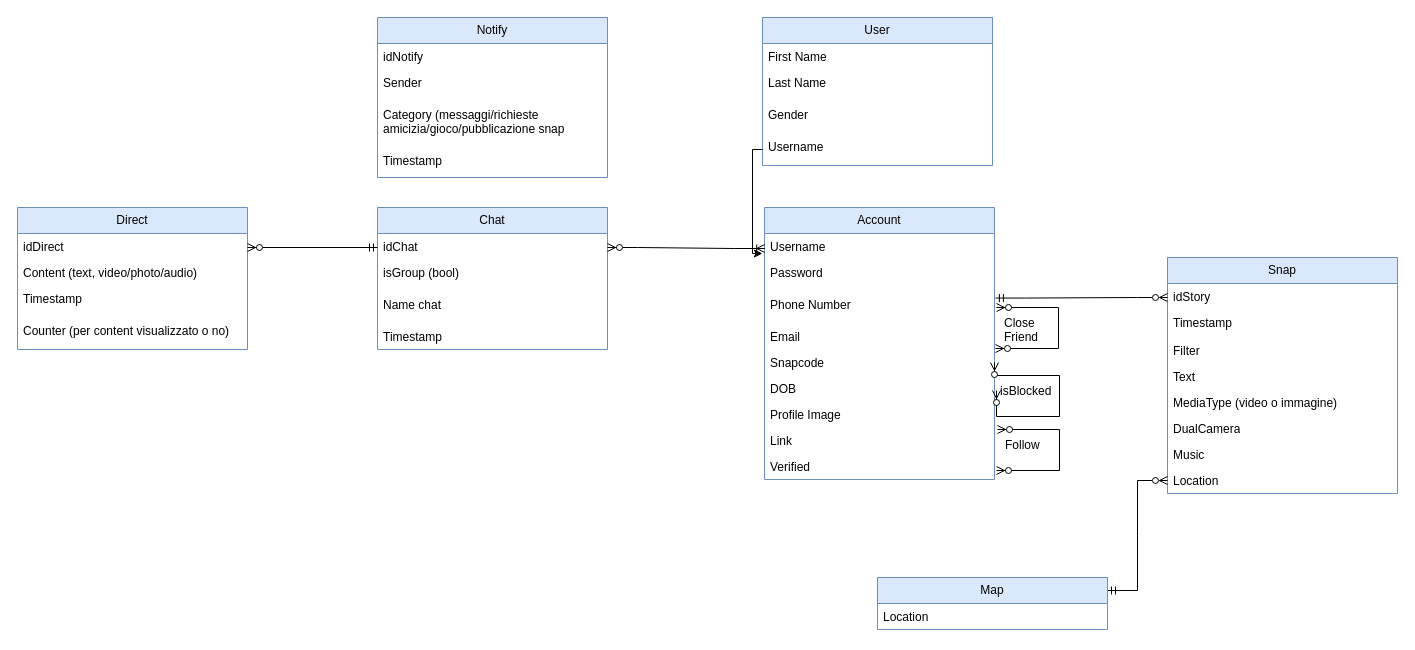
Above: schema_concettuaale.drawio in Antonet99/noSQL-Snapchat (draw.io), before the change. Source tidied: cells renumbered, new cells numbered last; positions are measured from the earlier drawing's top-left corner, leaving out a move shared by most shapes. Both pictures are drawn from the tidied source at 100%, with x=0, y=0 at pixel (17, 17).
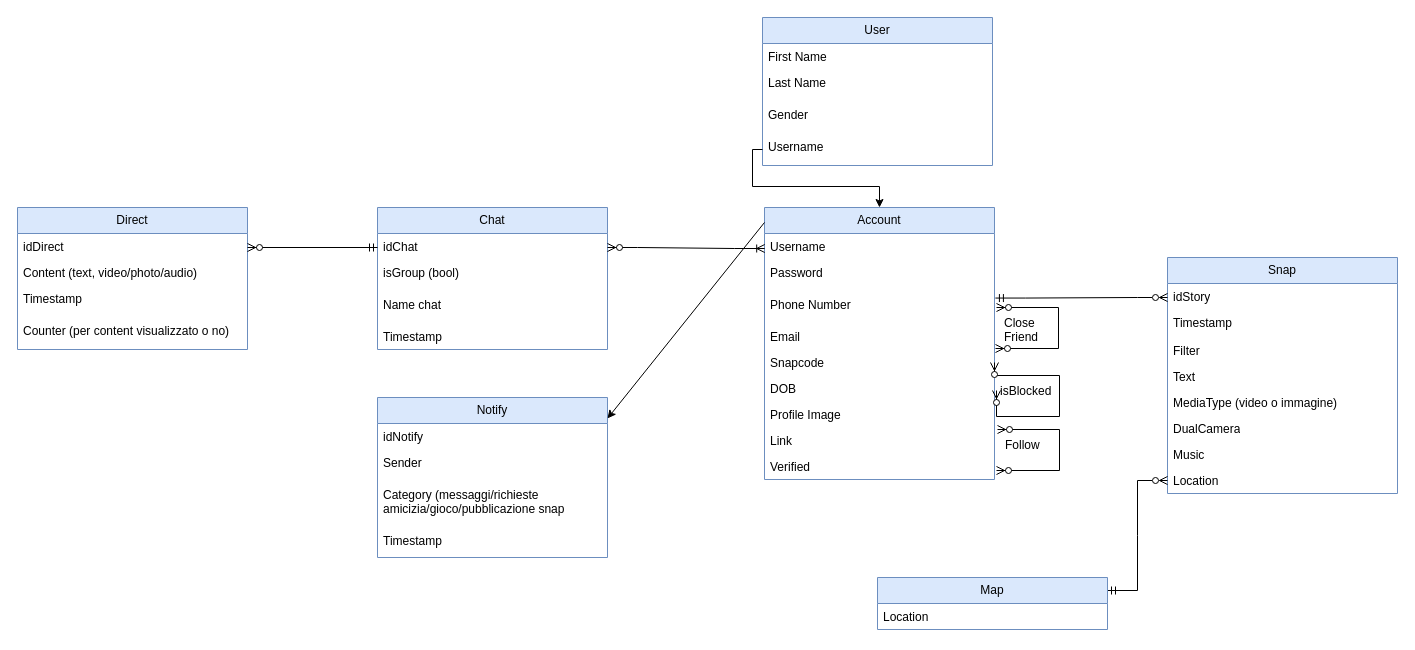
The same diagram, later.

The change refers to these unchanged cells:
```xml
<mxCell id="12" value="Account" style="swimlane;fontStyle=0;horizontal=1;startSize=26;fillColor=#dae8fc;whiteSpace=wrap;html=1;strokeColor=#6c8ebf;" parent="1" vertex="1">
  <mxGeometry x="747" y="190" width="230" height="272" as="geometry" />
</mxCell>
<mxCell id="13" value="Username" style="text;strokeColor=none;fillColor=none;align=left;verticalAlign=top;spacingLeft=4;spacingRight=4;overflow=hidden;points=[[0,0.5],[1,0.5]];portConstraint=eastwest;whiteSpace=wrap;html=1;" parent="12" vertex="1">
  <mxGeometry y="26" width="230" height="26" as="geometry" />
</mxCell>
<mxCell id="52" value="Username" style="text;strokeColor=none;fillColor=none;align=left;verticalAlign=top;spacingLeft=4;spacingRight=4;overflow=hidden;points=[[0,0.5],[1,0.5]];portConstraint=eastwest;whiteSpace=wrap;html=1;" parent="48" vertex="1">
  <mxGeometry y="116" width="230" height="32" as="geometry" />
</mxCell>
```

Change to the diagram source:
```diff
@@
     <mxCell id="32" value="Notify" style="swimlane;fontStyle=0;horizontal=1;startSize=26;fillColor=#dae8fc;whiteSpace=wrap;html=1;strokeColor=#6c8ebf;" parent="1" vertex="1">
-      <mxGeometry x="360" width="230" height="160" as="geometry" />
+      <mxGeometry x="360" y="380" width="230" height="160" as="geometry" />
     </mxCell>
@@
-    <mxCell id="53" style="endArrow=classic;html=1;rounded=0;exitX=0;exitY=0.5;exitDx=0;exitDy=0;edgeStyle=orthogonalEdgeStyle;entryX=-0.009;entryY=0.769;entryDx=0;entryDy=0;entryPerimeter=0;" parent="1" edge="1" source="52" target="13">
+    <mxCell id="53" style="endArrow=classic;html=1;rounded=0;exitX=0;exitY=0.5;exitDx=0;exitDy=0;edgeStyle=orthogonalEdgeStyle;" parent="1" edge="1" source="52" target="12">
       <mxGeometry relative="1" as="geometry" />
     </mxCell>
+    <mxCell id="54" style="endArrow=classic;html=1;rounded=0;exitX=0;exitY=0.055;exitDx=0;exitDy=0;exitPerimeter=0;entryX=1;entryY=0.131;entryDx=0;entryDy=0;entryPerimeter=0;" parent="1" edge="1" source="12" target="32">
+      <mxGeometry relative="1" as="geometry" />
+    </mxCell>
```
